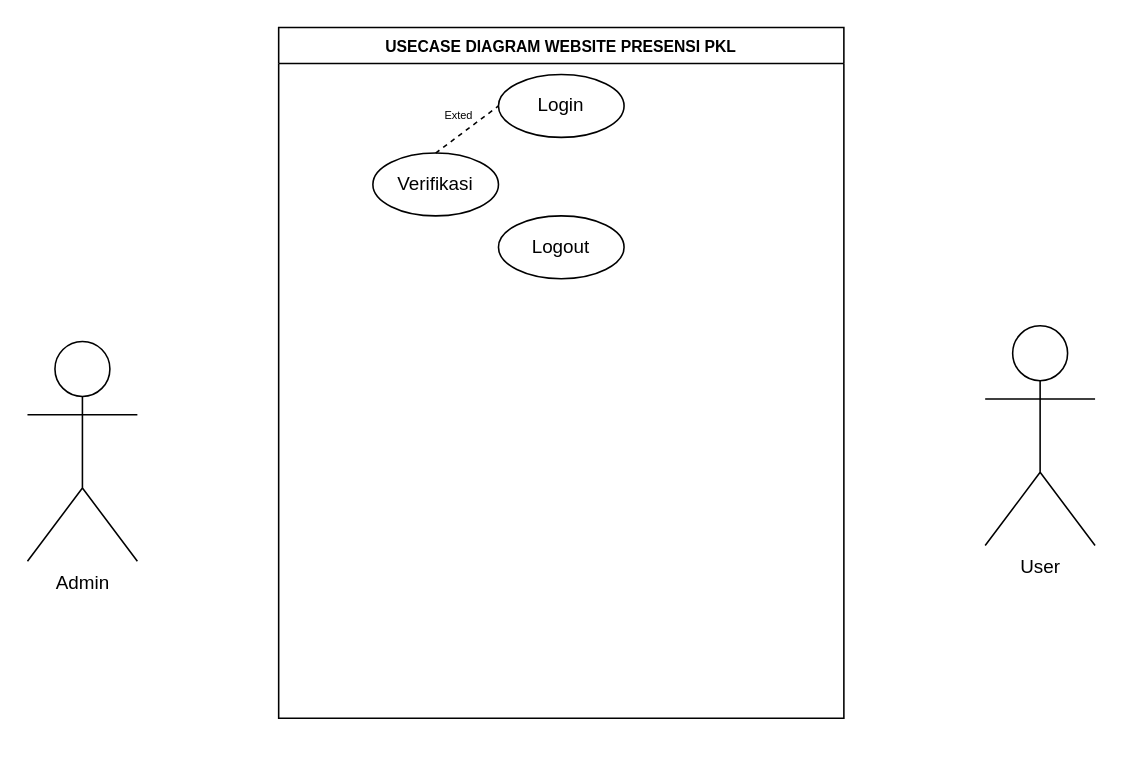
This is usecase.drawio from LP3i-projectNS/project-PKL, a draw.io file, before an edit. Source tidied: cells renumbered, new cells numbered last; positions are measured from the earlier drawing's top-left corner, leaving out a move shared by most shapes. Both pictures are drawn from the tidied source at 157%, with x=0, y=0 at pixel (27, 27).
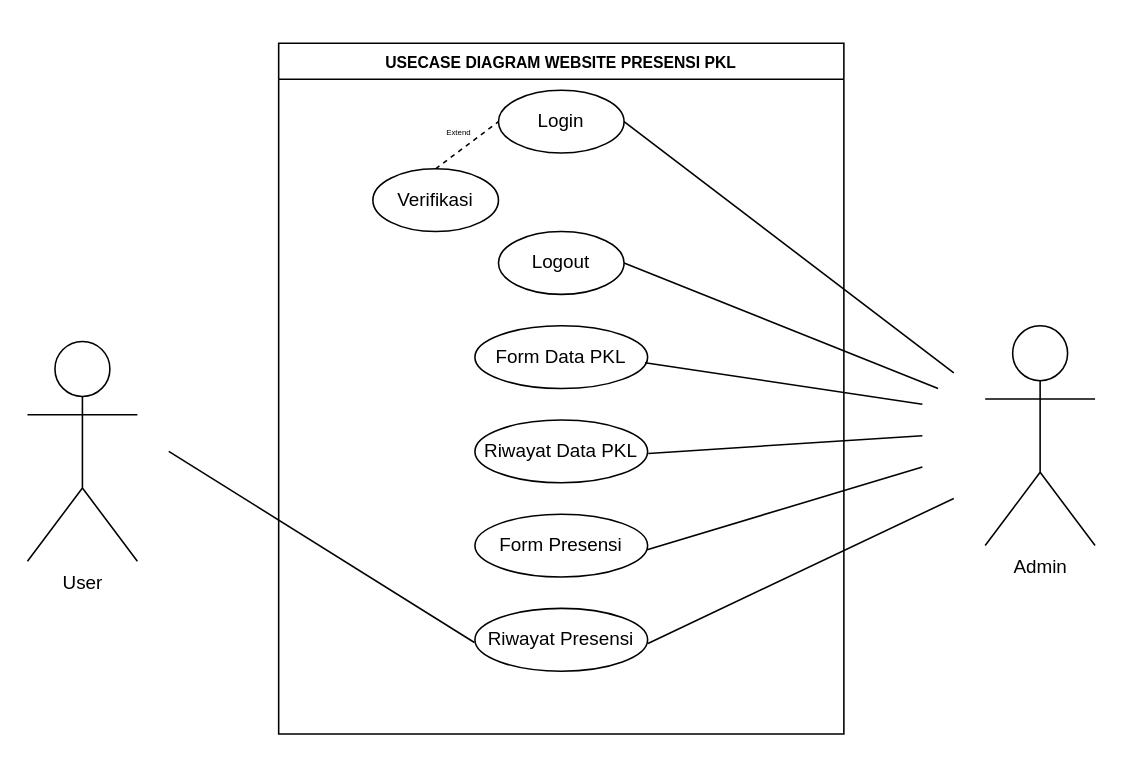
After the change.

Change to the diagram source:
```diff
@@
-    <mxCell id="2" value="Admin&lt;div&gt;&lt;br&gt;&lt;/div&gt;" style="shape=umlActor;verticalLabelPosition=bottom;verticalAlign=top;html=1;" parent="1" vertex="1">
+    <mxCell id="2" value="&lt;div&gt;User&lt;/div&gt;" style="shape=umlActor;verticalLabelPosition=bottom;verticalAlign=top;html=1;" parent="1" vertex="1">
       <mxGeometry y="200" width="70" height="140" as="geometry" />
     </mxCell>
-    <mxCell id="3" value="&lt;div&gt;User&lt;/div&gt;" style="shape=umlActor;verticalLabelPosition=bottom;verticalAlign=top;html=1;" parent="1" vertex="1">
+    <mxCell id="3" value="Admin" style="shape=umlActor;verticalLabelPosition=bottom;verticalAlign=top;html=1;" parent="1" vertex="1">
       <mxGeometry x="610" y="190" width="70" height="140" as="geometry" />
     </mxCell>
     <mxCell id="4" value="&lt;font style=&quot;font-size: 10px;&quot;&gt;USECASE DIAGRAM WEBSITE PRESENSI PKL&lt;/font&gt;" style="swimlane;whiteSpace=wrap;html=1;" parent="1" vertex="1">
-      <mxGeometry x="160" width="360" height="440" as="geometry" />
+      <mxGeometry x="160" y="10" width="360" height="440" as="geometry" />
     </mxCell>
@@
-    <mxCell id="9" value="&lt;font style=&quot;font-size: 7px;&quot;&gt;Exted&lt;/font&gt;" style="text;html=1;align=center;verticalAlign=middle;whiteSpace=wrap;rounded=0;" parent="4" vertex="1">
+    <mxCell id="9" value="&lt;font style=&quot;font-size: 5px;&quot;&gt;Extend&lt;/font&gt;" style="text;html=1;align=center;verticalAlign=middle;whiteSpace=wrap;rounded=0;" parent="4" vertex="1">
       <mxGeometry x="100" y="50" width="30" height="10" as="geometry" />
     </mxCell>
+    <mxCell id="10" style="endArrow=none;html=1;rounded=0;" parent="4" edge="1">
+      <mxGeometry relative="1" as="geometry">
+        <mxPoint x="220" y="50" as="sourcePoint" />
+        <mxPoint x="430" y="210" as="targetPoint" />
+      </mxGeometry>
+    </mxCell>
+    <mxCell id="11" style="endArrow=none;html=1;rounded=0;" parent="4" edge="1">
+      <mxGeometry relative="1" as="geometry">
+        <mxPoint x="220" y="140" as="sourcePoint" />
+        <mxPoint x="420" y="220" as="targetPoint" />
+      </mxGeometry>
+    </mxCell>
+    <mxCell id="12" value="Form Data PKL" style="ellipse;whiteSpace=wrap;html=1;" parent="4" vertex="1">
+      <mxGeometry x="125" y="180" width="110" height="40" as="geometry" />
+    </mxCell>
+    <mxCell id="13" value="Riwayat Data PKL" style="ellipse;whiteSpace=wrap;html=1;" parent="4" vertex="1">
+      <mxGeometry x="125" y="240" width="110" height="40" as="geometry" />
+    </mxCell>
+    <mxCell id="14" value="Form Presensi" style="ellipse;whiteSpace=wrap;html=1;" parent="4" vertex="1">
+      <mxGeometry x="125" y="300" width="110" height="40" as="geometry" />
+    </mxCell>
+    <mxCell id="15" value="Riwayat Presensi" style="ellipse;whiteSpace=wrap;html=1;" parent="4" vertex="1">
+      <mxGeometry x="125" y="360" width="110" height="40" as="geometry" />
+    </mxCell>
+    <mxCell id="16" style="endArrow=none;html=1;rounded=0;exitX=0.985;exitY=0.588;exitDx=0;exitDy=0;exitPerimeter=0;" parent="4" edge="1" source="12">
+      <mxGeometry relative="1" as="geometry">
+        <mxPoint x="410" y="230" as="targetPoint" />
+      </mxGeometry>
+    </mxCell>
+    <mxCell id="17" style="endArrow=none;html=1;rounded=0;exitX=1.004;exitY=0.533;exitDx=0;exitDy=0;exitPerimeter=0;" parent="4" edge="1" source="13">
+      <mxGeometry relative="1" as="geometry">
+        <mxPoint x="410" y="250" as="targetPoint" />
+      </mxGeometry>
+    </mxCell>
+    <mxCell id="18" style="endArrow=none;html=1;rounded=0;exitX=0.997;exitY=0.565;exitDx=0;exitDy=0;exitPerimeter=0;" parent="4" edge="1" source="14">
+      <mxGeometry relative="1" as="geometry">
+        <mxPoint x="410" y="270" as="targetPoint" />
+      </mxGeometry>
+    </mxCell>
+    <mxCell id="19" style="endArrow=none;html=1;rounded=0;exitX=1.002;exitY=0.558;exitDx=0;exitDy=0;exitPerimeter=0;" parent="4" edge="1" source="15">
+      <mxGeometry relative="1" as="geometry">
+        <mxPoint x="430" y="290" as="targetPoint" />
+      </mxGeometry>
+    </mxCell>
+    <mxCell id="20" style="endArrow=none;html=1;rounded=0;entryX=-0.003;entryY=0.543;entryDx=0;entryDy=0;entryPerimeter=0;" parent="4" edge="1" target="15">
+      <mxGeometry relative="1" as="geometry">
+        <mxPoint x="-70" y="260" as="sourcePoint" />
+      </mxGeometry>
+    </mxCell>
```
